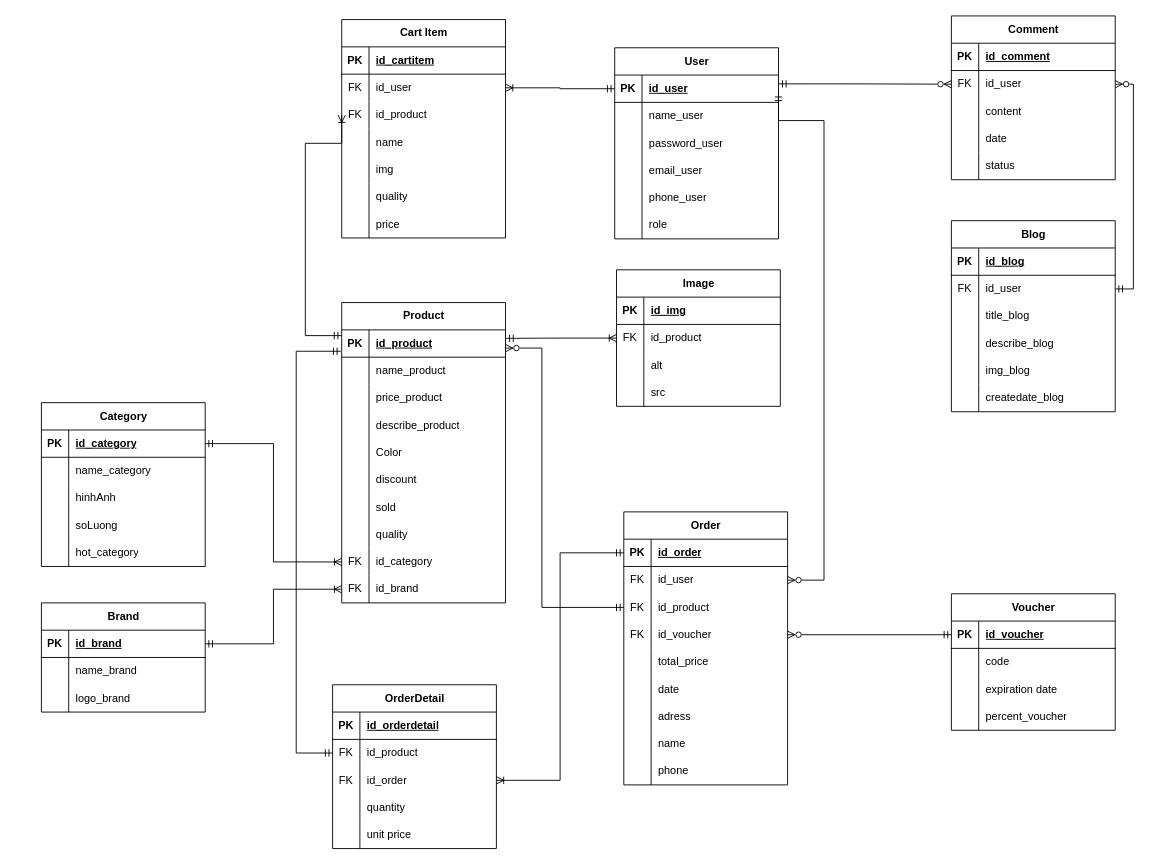
Earlier version of the draw.io diagram Untitled Diagram.drawio (Blion00/Blion00). Source tidied: cells renumbered, new cells numbered last; positions are measured from the earlier drawing's top-left corner, leaving out a move shared by most shapes. Both pictures are drawn from the tidied source at 91%, with x=0, y=0 at pixel (41, 15).
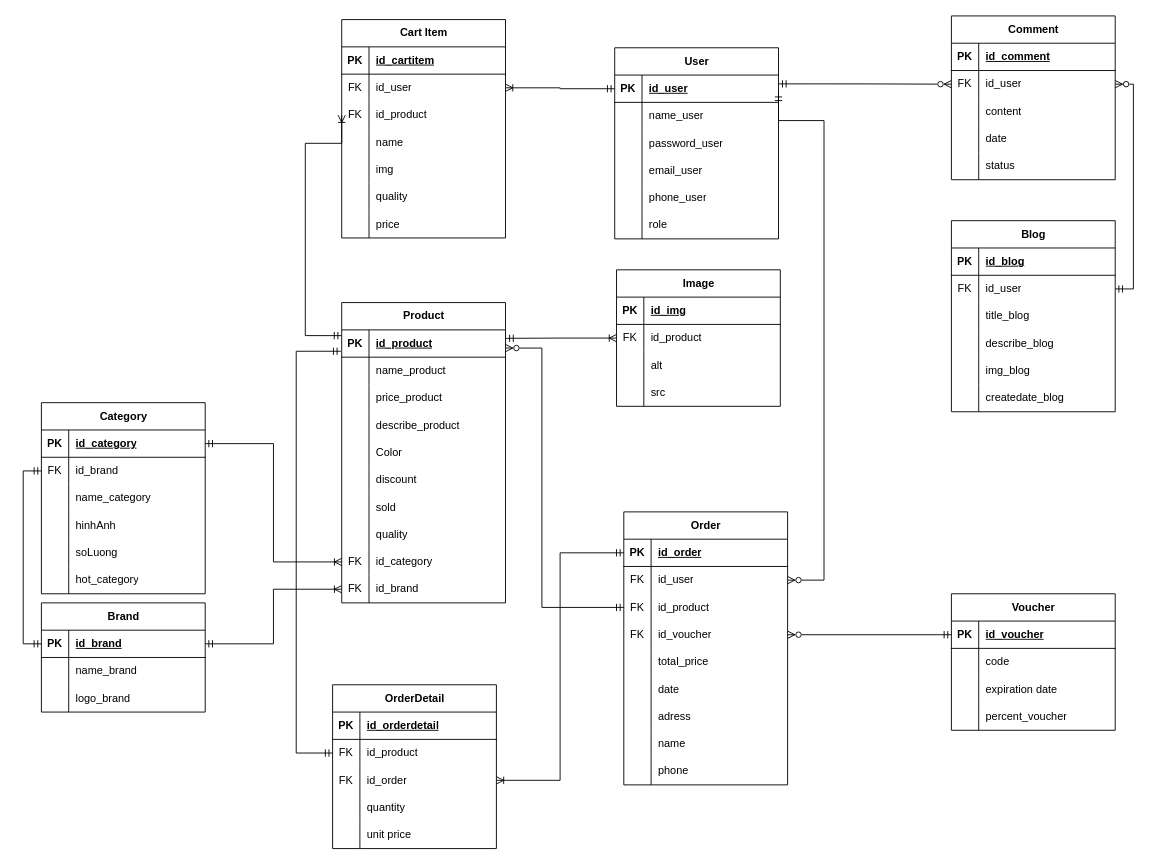
After the change.

Unchanged cells that the change refers to:
```xml
<mxCell id="173" style="shape=tableRow;horizontal=0;startSize=0;swimlaneHead=0;swimlaneBody=0;fillColor=none;points=[[0,0.5],[1,0.5]];portConstraint=eastwest;top=0;left=0;right=0;bottom=1;" parent="172" vertex="1">
  <mxGeometry y="30" width="180" height="30" as="geometry" />
</mxCell>
```

The edit, as a diff of the source:
```diff
@@
     <mxCell id="33" value="Category" style="shape=table;startSize=30;childLayout=tableLayout;rowLines=0;fontStyle=1;align=center;html=1;" parent="1" vertex="1">
-      <mxGeometry y="425" width="180" height="180" as="geometry" />
+      <mxGeometry y="425" width="180" height="210" as="geometry" />
     </mxCell>
@@
+    <mxCell id="217" style="shape=tableRow;horizontal=0;startSize=0;swimlaneHead=0;swimlaneBody=0;fillColor=none;points=[[0,0.5],[1,0.5]];portConstraint=eastwest;top=0;left=0;right=0;bottom=0;" parent="33" vertex="1">
+      <mxGeometry y="60" width="180" height="30" as="geometry" />
+    </mxCell>
+    <mxCell id="218" value="FK" style="shape=partialRectangle;fillColor=none;top=0;left=0;bottom=0;right=0;overflow=hidden;whiteSpace=wrap;html=1;" parent="217" vertex="1">
+      <mxGeometry width="30" height="30" as="geometry" />
+    </mxCell>
+    <mxCell id="219" value="id_brand" style="shape=partialRectangle;fillColor=none;top=0;left=0;bottom=0;right=0;align=left;spacingLeft=6;overflow=hidden;whiteSpace=wrap;html=1;" parent="217" vertex="1">
+      <mxGeometry x="30" width="150" height="30" as="geometry" />
+    </mxCell>
     <mxCell id="37" style="shape=tableRow;horizontal=0;startSize=0;swimlaneHead=0;swimlaneBody=0;fillColor=none;top=0;left=0;right=0;bottom=0;" parent="33" vertex="1">
-      <mxGeometry y="60" width="180" height="30" as="geometry" />
+      <mxGeometry y="90" width="180" height="30" as="geometry" />
     </mxCell>
@@
     <mxCell id="40" style="shape=tableRow;horizontal=0;startSize=0;swimlaneHead=0;swimlaneBody=0;fillColor=none;top=0;left=0;right=0;bottom=0;" parent="33" vertex="1">
-      <mxGeometry y="90" width="180" height="30" as="geometry" />
+      <mxGeometry y="120" width="180" height="30" as="geometry" />
     </mxCell>
@@
     <mxCell id="43" style="shape=tableRow;horizontal=0;startSize=0;swimlaneHead=0;swimlaneBody=0;fillColor=none;top=0;left=0;right=0;bottom=0;" parent="33" vertex="1">
-      <mxGeometry y="120" width="180" height="30" as="geometry" />
+      <mxGeometry y="150" width="180" height="30" as="geometry" />
     </mxCell>
@@
     <mxCell id="46" style="shape=tableRow;horizontal=0;startSize=0;swimlaneHead=0;swimlaneBody=0;fillColor=none;top=0;left=0;right=0;bottom=0;" parent="33" vertex="1">
-      <mxGeometry y="150" width="180" height="30" as="geometry" />
+      <mxGeometry y="180" width="180" height="30" as="geometry" />
     </mxCell>
@@
+    <mxCell id="220" style="edgeStyle=orthogonalEdgeStyle;rounded=0;jettySize=auto;html=1;exitX=0;exitY=0.5;exitDx=0;exitDy=0;entryX=0;entryY=0.5;entryDx=0;entryDy=0;startArrow=ERmandOne;startFill=0;endArrow=ERmandOne;endFill=0;" parent="1" edge="1" source="173" target="217">
+      <mxGeometry relative="1" as="geometry" />
+    </mxCell>
```
